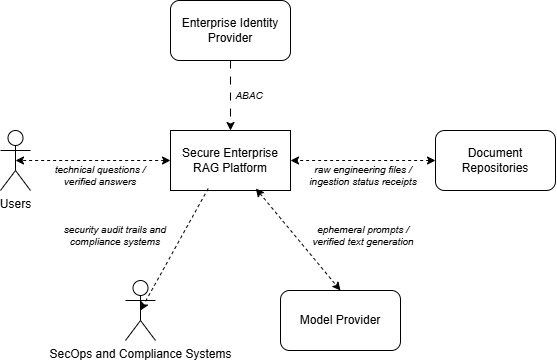
Before: images/03_1_business_context.drawio.png, a diagram exported from draw.io (TanguyCarpaye/secure-rag). Source tidied: cells renumbered, new cells last; positions are measured from the earlier drawing's top-left corner, leaving out a move shared by most shapes.
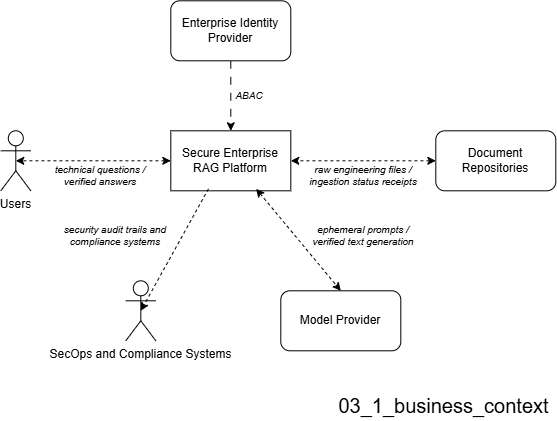
Above is the later version.

Commit message:
Mettre à jour 03_1_business_context.drawio.png

What changed in the source:
```diff
@@ -50,5 +50,8 @@
     <mxCell id="17" value="Model Provider" style="rounded=1;whiteSpace=wrap;html=1;" parent="1" vertex="1">
       <mxGeometry x="280" y="290" width="120" height="60" as="geometry" />
     </mxCell>
+    <mxCell id="18" value="03_1_business_context" style="text;html=1;whiteSpace=wrap;strokeColor=none;fillColor=none;align=center;verticalAlign=middle;rounded=0;fontSize=20;" parent="1" vertex="1">
+      <mxGeometry x="332" y="390" width="223" height="30" as="geometry" />
+    </mxCell>
   </root>
 </mxGraphModel>
```
